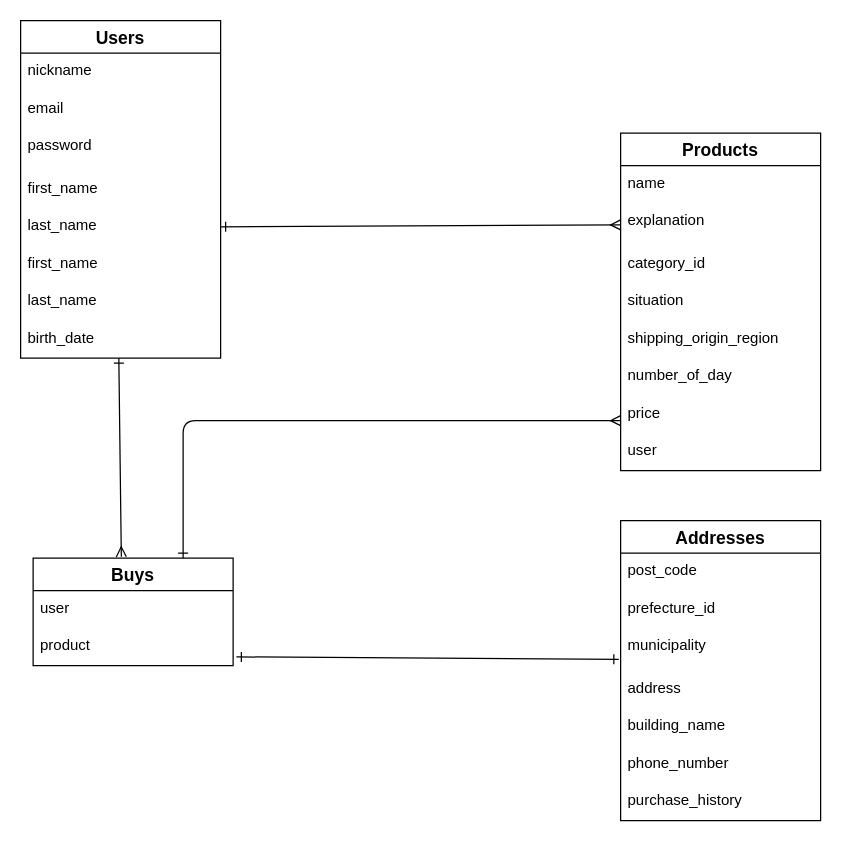
The draw.io diagram furima.dio in shohei18181818/furima-38926, before the edit. Source tidied: cells renumbered, new cells numbered last; positions are measured from the earlier drawing's top-left corner, leaving out a move shared by most shapes. Both pictures are drawn from the tidied source at 125%, with x=0, y=0 at pixel (20, 20).
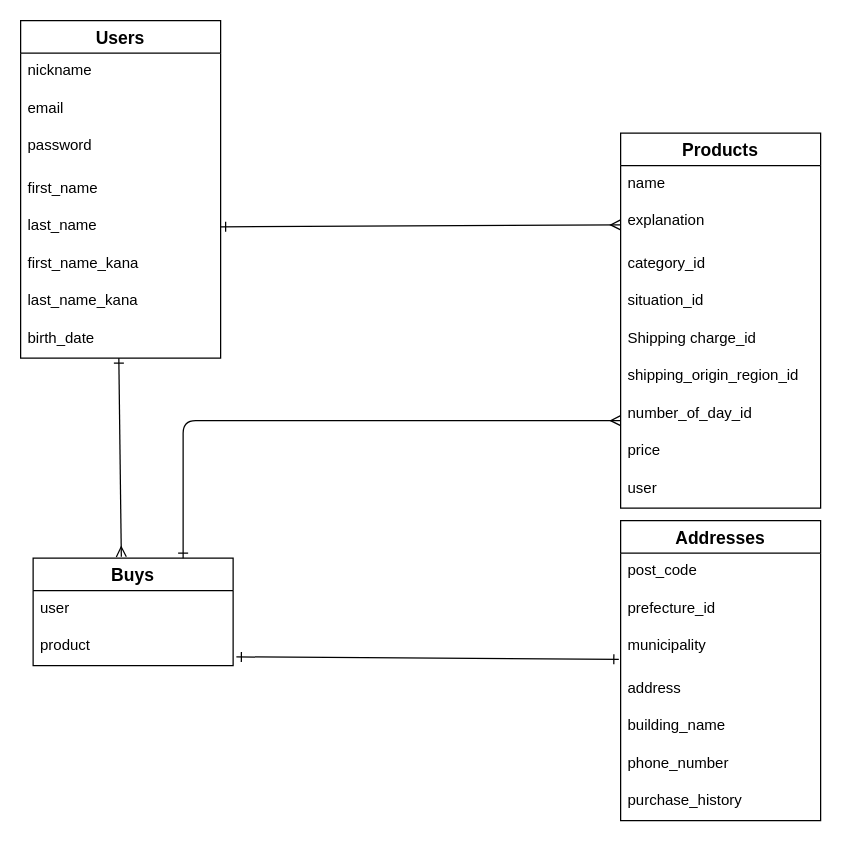
The same diagram, later.

Commit message (it also covers changes not shown here):
データベース設計６

Unchanged cells that the change refers to:
```xml
<mxCell id="2" value="Users" style="swimlane;fontStyle=1;horizontal=1;startSize=26;align=center;fontSize=14;" parent="1" vertex="1">
  <mxGeometry width="160" height="270" as="geometry" />
</mxCell>
```

Diff of the diagram source:
```diff
@@
-    <mxCell id="8" value="first_name" style="text;strokeColor=none;fillColor=none;spacingLeft=4;spacingRight=4;overflow=hidden;fontSize=12;" parent="2" vertex="1">
+    <mxCell id="8" value="first_name_kana" style="text;strokeColor=none;fillColor=none;spacingLeft=4;spacingRight=4;overflow=hidden;fontSize=12;" parent="2" vertex="1">
       <mxGeometry y="180" width="160" height="30" as="geometry" />
     </mxCell>
-    <mxCell id="9" value="last_name" style="text;strokeColor=none;fillColor=none;spacingLeft=4;spacingRight=4;overflow=hidden;fontSize=12;" parent="2" vertex="1">
+    <mxCell id="9" value="last_name_kana" style="text;strokeColor=none;fillColor=none;spacingLeft=4;spacingRight=4;overflow=hidden;fontSize=12;" parent="2" vertex="1">
       <mxGeometry y="210" width="160" height="30" as="geometry" />
     </mxCell>
@@
     <mxCell id="11" value="Products" style="swimlane;fontStyle=1;horizontal=1;startSize=26;align=center;fontSize=14;" parent="1" vertex="1">
-      <mxGeometry x="480" y="90" width="160" height="270" as="geometry" />
+      <mxGeometry x="480" y="90" width="160" height="300" as="geometry" />
     </mxCell>
@@
-    <mxCell id="15" value="situation" style="text;strokeColor=none;fillColor=none;spacingLeft=4;spacingRight=4;overflow=hidden;fontSize=12;" parent="11" vertex="1">
+    <mxCell id="15" value="situation_id" style="text;strokeColor=none;fillColor=none;spacingLeft=4;spacingRight=4;overflow=hidden;fontSize=12;" parent="11" vertex="1">
       <mxGeometry y="120" width="160" height="30" as="geometry" />
     </mxCell>
+    <mxCell id="35" value="Shipping charge_id" style="text;strokeColor=none;fillColor=none;spacingLeft=4;spacingRight=4;overflow=hidden;fontSize=12;" parent="11" vertex="1">
+      <mxGeometry y="150" width="160" height="30" as="geometry" />
+    </mxCell>
-    <mxCell id="16" value="shipping_origin_region" style="text;strokeColor=none;fillColor=none;spacingLeft=4;spacingRight=4;overflow=hidden;fontSize=12;" parent="11" vertex="1">
-      <mxGeometry y="150" width="160" height="30" as="geometry" />
+    <mxCell id="16" value="shipping_origin_region_id" style="text;strokeColor=none;fillColor=none;spacingLeft=4;spacingRight=4;overflow=hidden;fontSize=12;" parent="11" vertex="1">
+      <mxGeometry y="180" width="160" height="30" as="geometry" />
     </mxCell>
-    <mxCell id="17" value="number_of_day" style="text;strokeColor=none;fillColor=none;spacingLeft=4;spacingRight=4;overflow=hidden;fontSize=12;" parent="11" vertex="1">
-      <mxGeometry y="180" width="160" height="30" as="geometry" />
+    <mxCell id="17" value="number_of_day_id" style="text;strokeColor=none;fillColor=none;spacingLeft=4;spacingRight=4;overflow=hidden;fontSize=12;" parent="11" vertex="1">
+      <mxGeometry y="210" width="160" height="30" as="geometry" />
     </mxCell>
     <mxCell id="18" value="price" style="text;strokeColor=none;fillColor=none;spacingLeft=4;spacingRight=4;overflow=hidden;fontSize=12;" parent="11" vertex="1">
-      <mxGeometry y="210" width="160" height="30" as="geometry" />
+      <mxGeometry y="240" width="160" height="30" as="geometry" />
     </mxCell>
     <mxCell id="19" value="user" style="text;strokeColor=none;fillColor=none;spacingLeft=4;spacingRight=4;overflow=hidden;fontSize=12;" parent="11" vertex="1">
-      <mxGeometry y="240" width="160" height="30" as="geometry" />
+      <mxGeometry y="270" width="160" height="30" as="geometry" />
     </mxCell>
```
